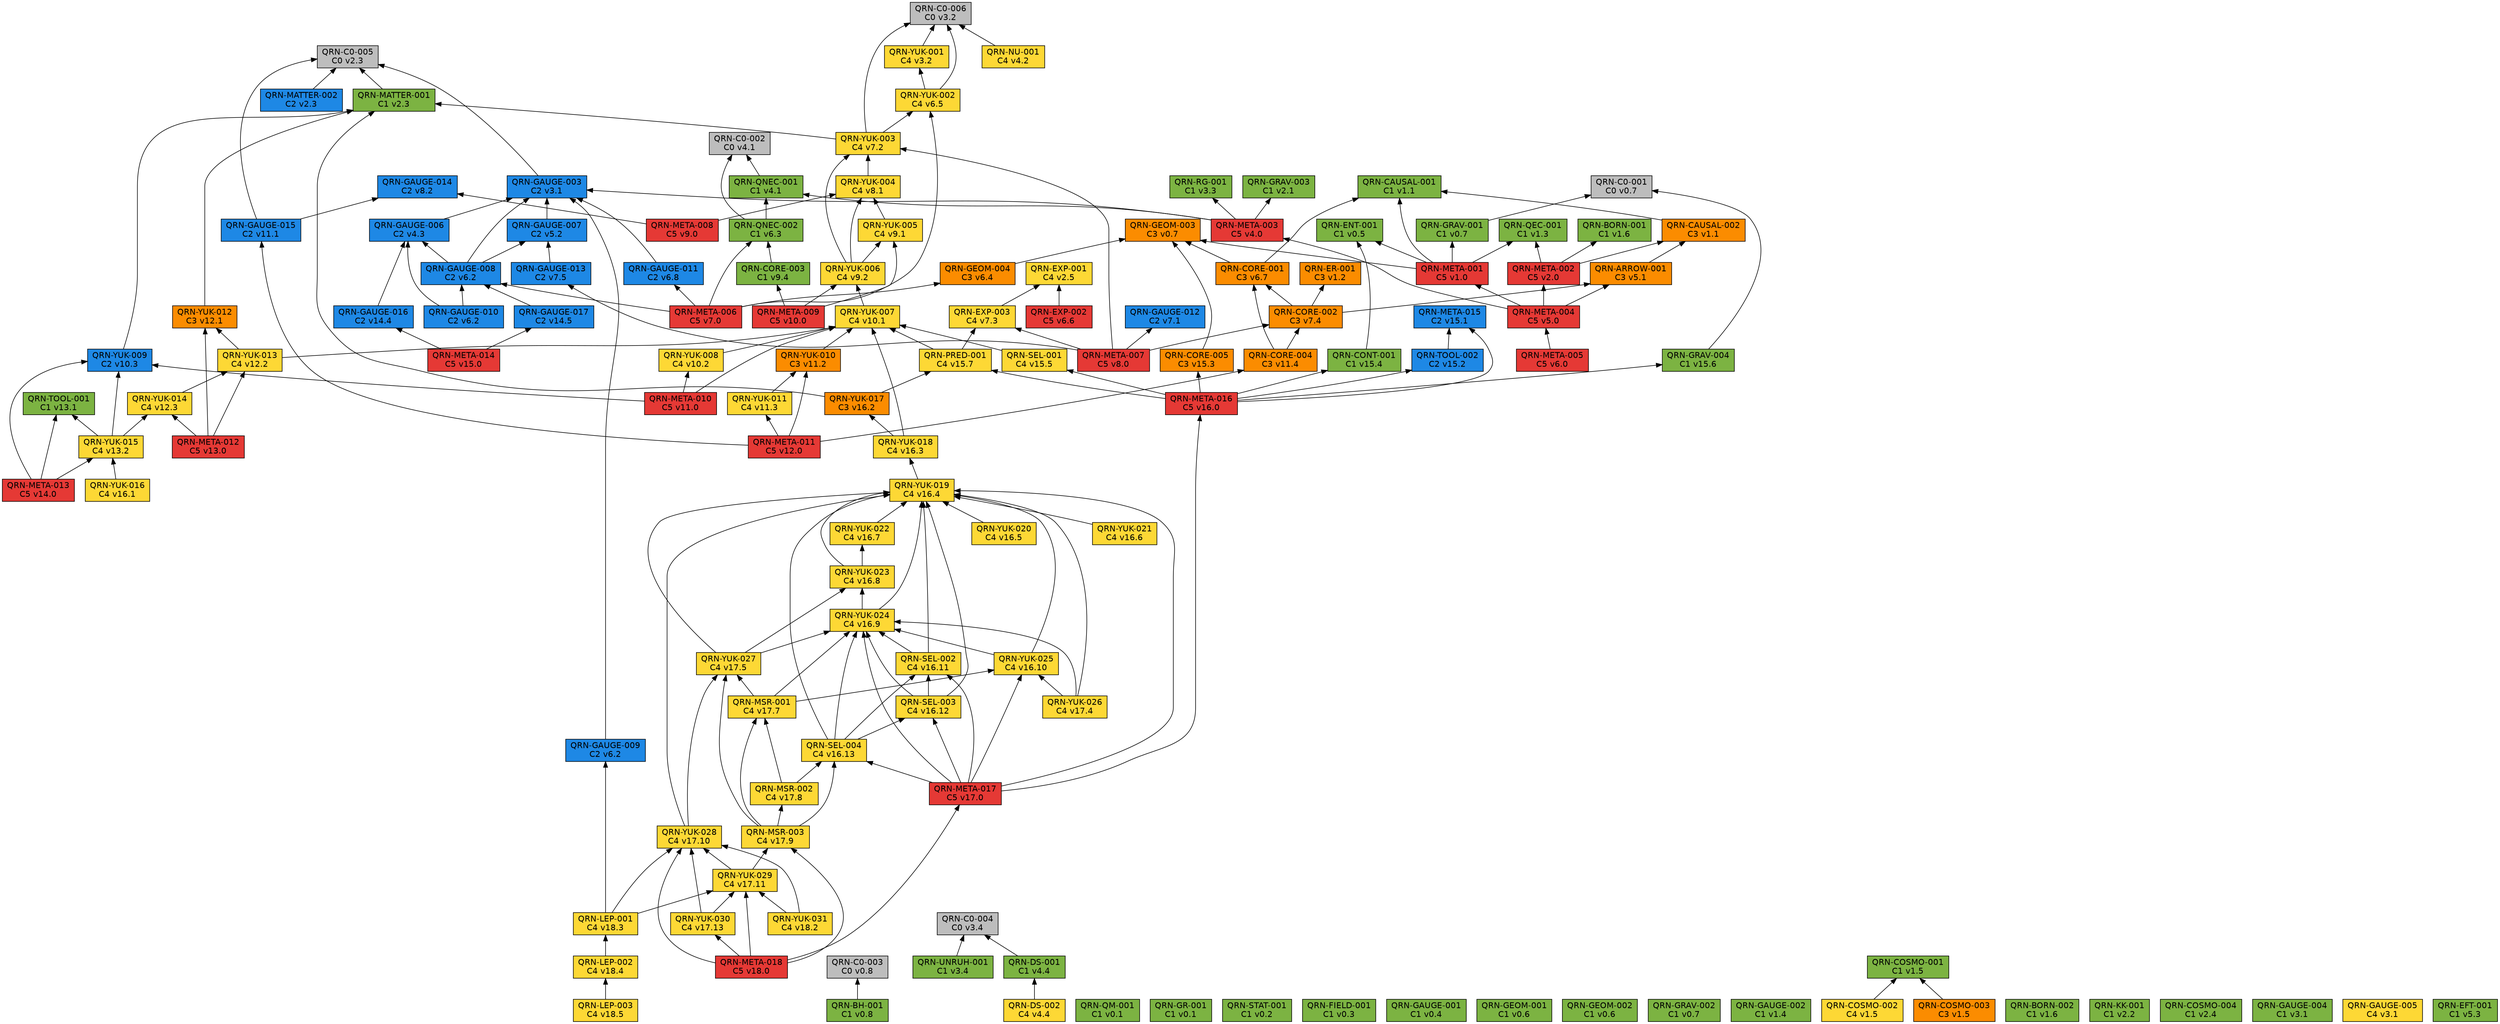
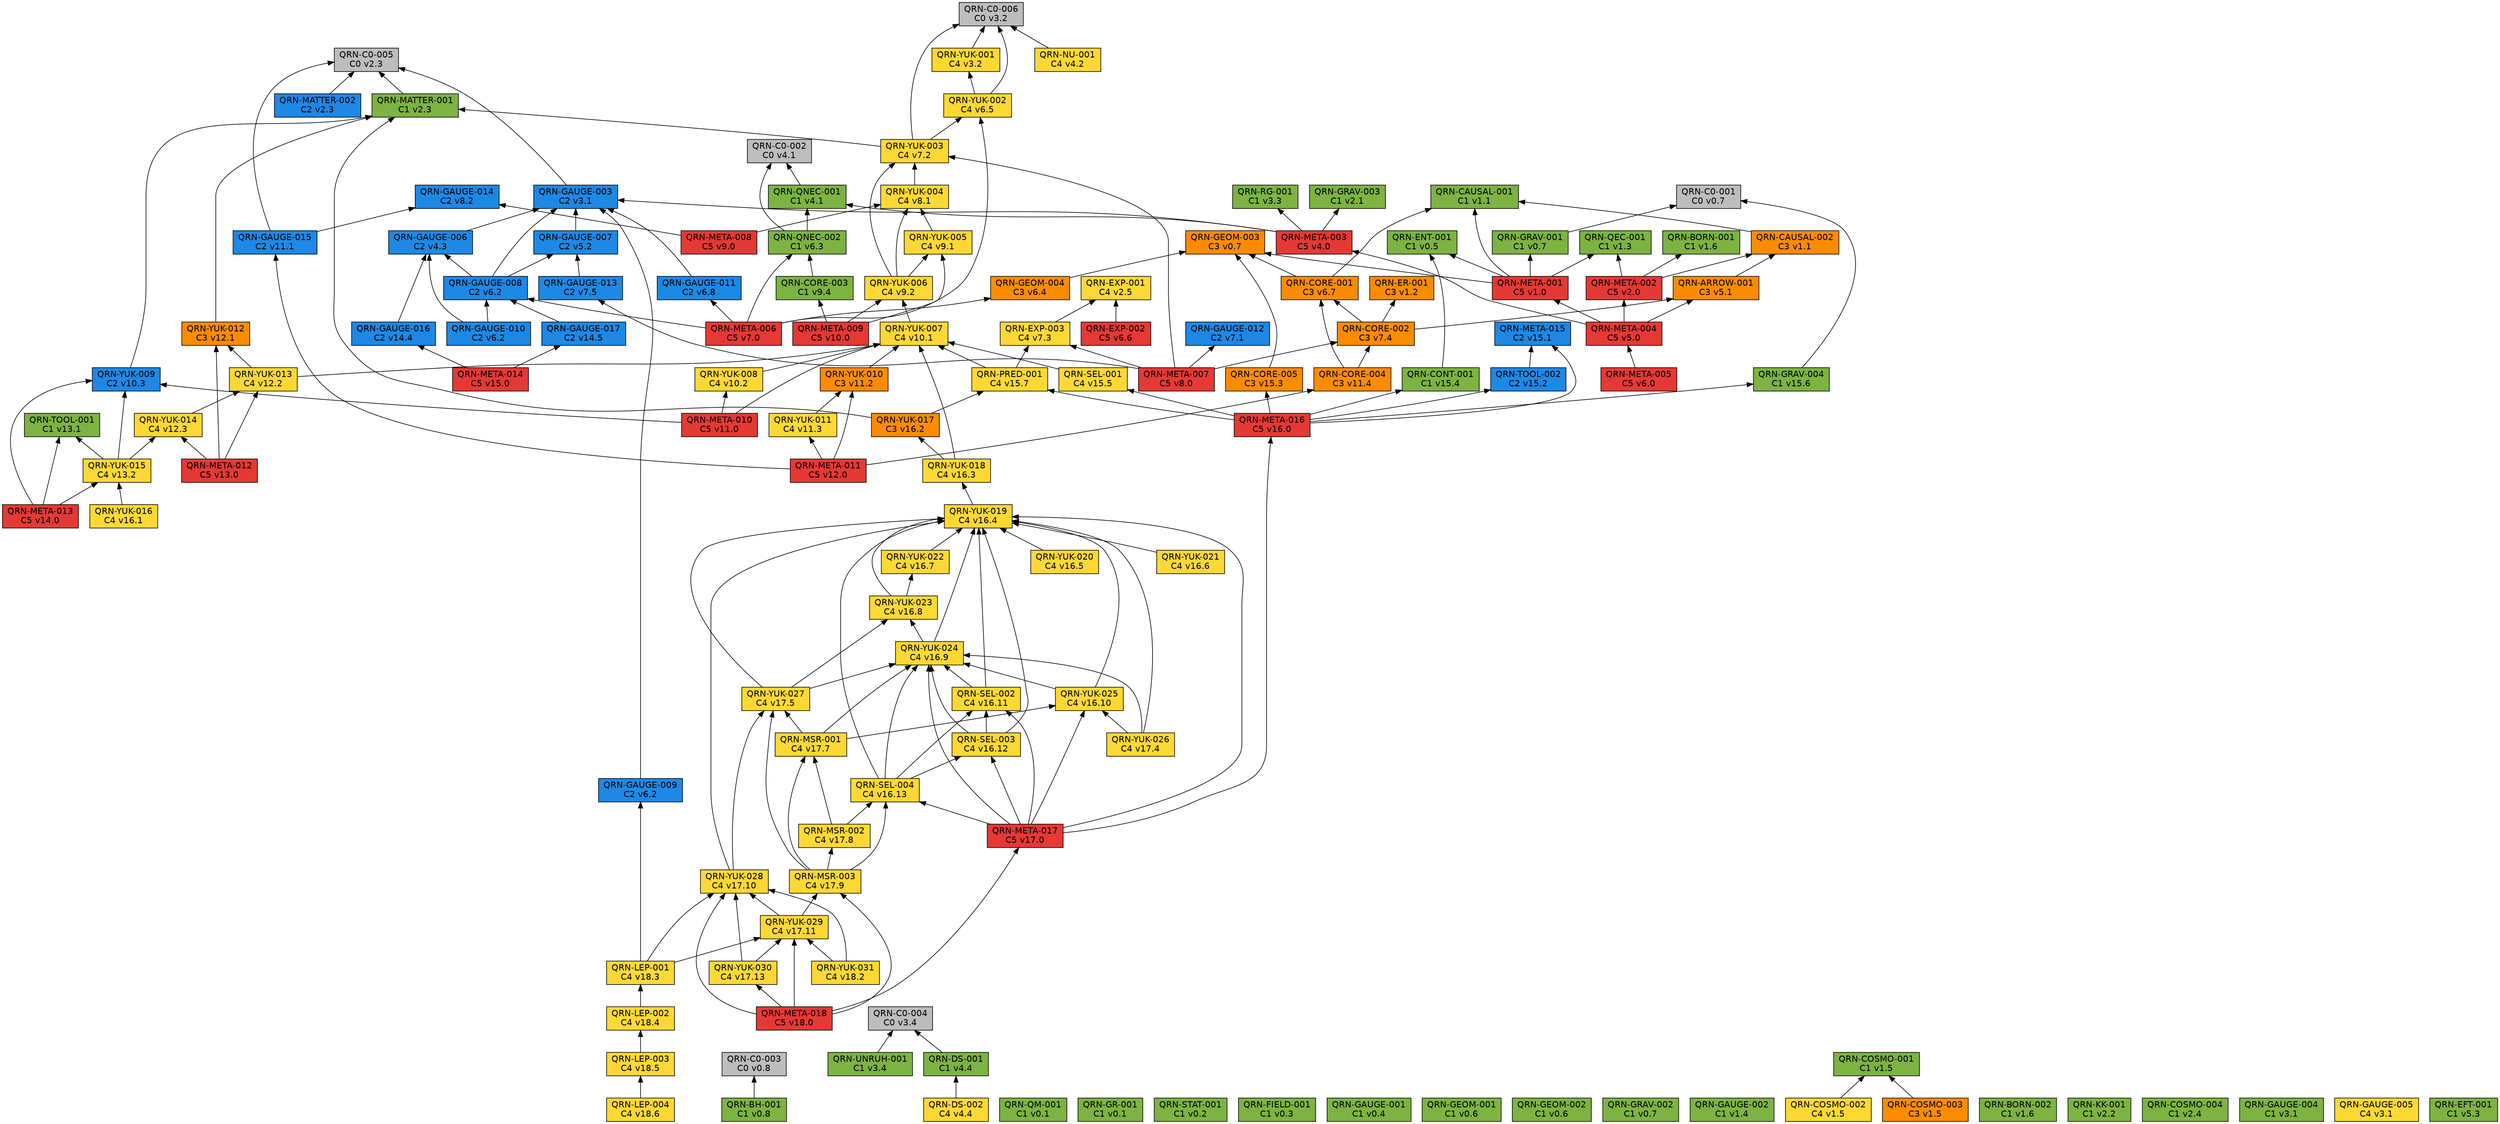
// 自動生成 (dag/report.pl) — QRN 主張依存グラフ
digraph qrn {
  rankdir=BT;
  node [shape=box, style=filled, fontname="Helvetica"];
  "QRN-C0-001" [fillcolor="#bdbdbd", label="QRN-C0-001\nC0 v0.7"];
  "QRN-C0-002" [fillcolor="#bdbdbd", label="QRN-C0-002\nC0 v4.1"];
  "QRN-C0-003" [fillcolor="#bdbdbd", label="QRN-C0-003\nC0 v0.8"];
  "QRN-C0-004" [fillcolor="#bdbdbd", label="QRN-C0-004\nC0 v3.4"];
  "QRN-C0-005" [fillcolor="#bdbdbd", label="QRN-C0-005\nC0 v2.3"];
  "QRN-C0-006" [fillcolor="#bdbdbd", label="QRN-C0-006\nC0 v3.2"];
  "QRN-QM-001" [fillcolor="#7cb342", label="QRN-QM-001\nC1 v0.1"];
  "QRN-GR-001" [fillcolor="#7cb342", label="QRN-GR-001\nC1 v0.1"];
  "QRN-STAT-001" [fillcolor="#7cb342", label="QRN-STAT-001\nC1 v0.2"];
  "QRN-FIELD-001" [fillcolor="#7cb342", label="QRN-FIELD-001\nC1 v0.3"];
  "QRN-GAUGE-001" [fillcolor="#7cb342", label="QRN-GAUGE-001\nC1 v0.4"];
  "QRN-ENT-001" [fillcolor="#7cb342", label="QRN-ENT-001\nC1 v0.5"];
  "QRN-GEOM-001" [fillcolor="#7cb342", label="QRN-GEOM-001\nC1 v0.6"];
  "QRN-GEOM-002" [fillcolor="#7cb342", label="QRN-GEOM-002\nC1 v0.6"];
  "QRN-GEOM-003" [fillcolor="#fb8c00", label="QRN-GEOM-003\nC3 v0.7"];
  "QRN-GRAV-001" [fillcolor="#7cb342", label="QRN-GRAV-001\nC1 v0.7"];
  "QRN-GRAV-002" [fillcolor="#7cb342", label="QRN-GRAV-002\nC1 v0.7"];
  "QRN-BH-001" [fillcolor="#7cb342", label="QRN-BH-001\nC1 v0.8"];
  "QRN-CAUSAL-001" [fillcolor="#7cb342", label="QRN-CAUSAL-001\nC1 v1.1"];
  "QRN-CAUSAL-002" [fillcolor="#fb8c00", label="QRN-CAUSAL-002\nC3 v1.1"];
  "QRN-ER-001" [fillcolor="#fb8c00", label="QRN-ER-001\nC3 v1.2"];
  "QRN-QEC-001" [fillcolor="#7cb342", label="QRN-QEC-001\nC1 v1.3"];
  "QRN-GAUGE-002" [fillcolor="#7cb342", label="QRN-GAUGE-002\nC1 v1.4"];
  "QRN-COSMO-001" [fillcolor="#7cb342", label="QRN-COSMO-001\nC1 v1.5"];
  "QRN-COSMO-002" [fillcolor="#fdd835", label="QRN-COSMO-002\nC4 v1.5"];
  "QRN-COSMO-003" [fillcolor="#fb8c00", label="QRN-COSMO-003\nC3 v1.5"];
  "QRN-BORN-001" [fillcolor="#7cb342", label="QRN-BORN-001\nC1 v1.6"];
  "QRN-BORN-002" [fillcolor="#7cb342", label="QRN-BORN-002\nC1 v1.6"];
  "QRN-GRAV-003" [fillcolor="#7cb342", label="QRN-GRAV-003\nC1 v2.1"];
  "QRN-KK-001" [fillcolor="#7cb342", label="QRN-KK-001\nC1 v2.2"];
  "QRN-MATTER-001" [fillcolor="#7cb342", label="QRN-MATTER-001\nC1 v2.3"];
  "QRN-MATTER-002" [fillcolor="#1e88e5", label="QRN-MATTER-002\nC2 v2.3"];
  "QRN-COSMO-004" [fillcolor="#7cb342", label="QRN-COSMO-004\nC1 v2.4"];
  "QRN-EXP-001" [fillcolor="#fdd835", label="QRN-EXP-001\nC4 v2.5"];
  "QRN-GAUGE-003" [fillcolor="#1e88e5", label="QRN-GAUGE-003\nC2 v3.1"];
  "QRN-GAUGE-004" [fillcolor="#7cb342", label="QRN-GAUGE-004\nC1 v3.1"];
  "QRN-GAUGE-005" [fillcolor="#fdd835", label="QRN-GAUGE-005\nC4 v3.1"];
  "QRN-YUK-001" [fillcolor="#fdd835", label="QRN-YUK-001\nC4 v3.2"];
  "QRN-RG-001" [fillcolor="#7cb342", label="QRN-RG-001\nC1 v3.3"];
  "QRN-UNRUH-001" [fillcolor="#7cb342", label="QRN-UNRUH-001\nC1 v3.4"];
  "QRN-QNEC-001" [fillcolor="#7cb342", label="QRN-QNEC-001\nC1 v4.1"];
  "QRN-NU-001" [fillcolor="#fdd835", label="QRN-NU-001\nC4 v4.2"];
  "QRN-GAUGE-006" [fillcolor="#1e88e5", label="QRN-GAUGE-006\nC2 v4.3"];
  "QRN-DS-001" [fillcolor="#7cb342", label="QRN-DS-001\nC1 v4.4"];
  "QRN-DS-002" [fillcolor="#fdd835", label="QRN-DS-002\nC4 v4.4"];
  "QRN-ARROW-001" [fillcolor="#fb8c00", label="QRN-ARROW-001\nC3 v5.1"];
  "QRN-GAUGE-007" [fillcolor="#1e88e5", label="QRN-GAUGE-007\nC2 v5.2"];
  "QRN-EFT-001" [fillcolor="#7cb342", label="QRN-EFT-001\nC1 v5.3"];
  "QRN-GAUGE-008" [fillcolor="#1e88e5", label="QRN-GAUGE-008\nC2 v6.2"];
  "QRN-GAUGE-009" [fillcolor="#1e88e5", label="QRN-GAUGE-009\nC2 v6.2"];
  "QRN-GAUGE-010" [fillcolor="#1e88e5", label="QRN-GAUGE-010\nC2 v6.2"];
  "QRN-QNEC-002" [fillcolor="#7cb342", label="QRN-QNEC-002\nC1 v6.3"];
  "QRN-GEOM-004" [fillcolor="#fb8c00", label="QRN-GEOM-004\nC3 v6.4"];
  "QRN-YUK-002" [fillcolor="#fdd835", label="QRN-YUK-002\nC4 v6.5"];
  "QRN-EXP-002" [fillcolor="#e53935", label="QRN-EXP-002\nC5 v6.6"];
  "QRN-CORE-001" [fillcolor="#fb8c00", label="QRN-CORE-001\nC3 v6.7"];
  "QRN-GAUGE-011" [fillcolor="#1e88e5", label="QRN-GAUGE-011\nC2 v6.8"];
  "QRN-GAUGE-012" [fillcolor="#1e88e5", label="QRN-GAUGE-012\nC2 v7.1"];
  "QRN-YUK-003" [fillcolor="#fdd835", label="QRN-YUK-003\nC4 v7.2"];
  "QRN-EXP-003" [fillcolor="#fdd835", label="QRN-EXP-003\nC4 v7.3"];
  "QRN-CORE-002" [fillcolor="#fb8c00", label="QRN-CORE-002\nC3 v7.4"];
  "QRN-GAUGE-013" [fillcolor="#1e88e5", label="QRN-GAUGE-013\nC2 v7.5"];
  "QRN-YUK-004" [fillcolor="#fdd835", label="QRN-YUK-004\nC4 v8.1"];
  "QRN-GAUGE-014" [fillcolor="#1e88e5", label="QRN-GAUGE-014\nC2 v8.2"];
  "QRN-META-001" [fillcolor="#e53935", label="QRN-META-001\nC5 v1.0"];
  "QRN-META-002" [fillcolor="#e53935", label="QRN-META-002\nC5 v2.0"];
  "QRN-META-003" [fillcolor="#e53935", label="QRN-META-003\nC5 v4.0"];
  "QRN-META-004" [fillcolor="#e53935", label="QRN-META-004\nC5 v5.0"];
  "QRN-META-005" [fillcolor="#e53935", label="QRN-META-005\nC5 v6.0"];
  "QRN-META-006" [fillcolor="#e53935", label="QRN-META-006\nC5 v7.0"];
  "QRN-META-007" [fillcolor="#e53935", label="QRN-META-007\nC5 v8.0"];
  "QRN-META-008" [fillcolor="#e53935", label="QRN-META-008\nC5 v9.0"];
  "QRN-YUK-005" [fillcolor="#fdd835", label="QRN-YUK-005\nC4 v9.1"];
  "QRN-YUK-006" [fillcolor="#fdd835", label="QRN-YUK-006\nC4 v9.2"];
  "QRN-CORE-003" [fillcolor="#7cb342", label="QRN-CORE-003\nC1 v9.4"];
  "QRN-META-009" [fillcolor="#e53935", label="QRN-META-009\nC5 v10.0"];
  "QRN-YUK-007" [fillcolor="#fdd835", label="QRN-YUK-007\nC4 v10.1"];
  "QRN-YUK-008" [fillcolor="#fdd835", label="QRN-YUK-008\nC4 v10.2"];
  "QRN-YUK-009" [fillcolor="#1e88e5", label="QRN-YUK-009\nC2 v10.3"];
  "QRN-META-010" [fillcolor="#e53935", label="QRN-META-010\nC5 v11.0"];
  "QRN-GAUGE-015" [fillcolor="#1e88e5", label="QRN-GAUGE-015\nC2 v11.1"];
  "QRN-YUK-010" [fillcolor="#fb8c00", label="QRN-YUK-010\nC3 v11.2"];
  "QRN-YUK-011" [fillcolor="#fdd835", label="QRN-YUK-011\nC4 v11.3"];
  "QRN-CORE-004" [fillcolor="#fb8c00", label="QRN-CORE-004\nC3 v11.4"];
  "QRN-META-011" [fillcolor="#e53935", label="QRN-META-011\nC5 v12.0"];
  "QRN-YUK-012" [fillcolor="#fb8c00", label="QRN-YUK-012\nC3 v12.1"];
  "QRN-YUK-013" [fillcolor="#fdd835", label="QRN-YUK-013\nC4 v12.2"];
  "QRN-YUK-014" [fillcolor="#fdd835", label="QRN-YUK-014\nC4 v12.3"];
  "QRN-META-012" [fillcolor="#e53935", label="QRN-META-012\nC5 v13.0"];
  "QRN-TOOL-001" [fillcolor="#7cb342", label="QRN-TOOL-001\nC1 v13.1"];
  "QRN-YUK-015" [fillcolor="#fdd835", label="QRN-YUK-015\nC4 v13.2"];
  "QRN-META-013" [fillcolor="#e53935", label="QRN-META-013\nC5 v14.0"];
  "QRN-GAUGE-016" [fillcolor="#1e88e5", label="QRN-GAUGE-016\nC2 v14.4"];
  "QRN-GAUGE-017" [fillcolor="#1e88e5", label="QRN-GAUGE-017\nC2 v14.5"];
  "QRN-META-014" [fillcolor="#e53935", label="QRN-META-014\nC5 v15.0"];
  "QRN-META-015" [fillcolor="#1e88e5", label="QRN-META-015\nC2 v15.1"];
  "QRN-TOOL-002" [fillcolor="#1e88e5", label="QRN-TOOL-002\nC2 v15.2"];
  "QRN-CORE-005" [fillcolor="#fb8c00", label="QRN-CORE-005\nC3 v15.3"];
  "QRN-CONT-001" [fillcolor="#7cb342", label="QRN-CONT-001\nC1 v15.4"];
  "QRN-SEL-001" [fillcolor="#fdd835", label="QRN-SEL-001\nC4 v15.5"];
  "QRN-GRAV-004" [fillcolor="#7cb342", label="QRN-GRAV-004\nC1 v15.6"];
  "QRN-PRED-001" [fillcolor="#fdd835", label="QRN-PRED-001\nC4 v15.7"];
  "QRN-META-016" [fillcolor="#e53935", label="QRN-META-016\nC5 v16.0"];
  "QRN-YUK-016" [fillcolor="#fdd835", label="QRN-YUK-016\nC4 v16.1"];
  "QRN-YUK-017" [fillcolor="#fb8c00", label="QRN-YUK-017\nC3 v16.2"];
  "QRN-YUK-018" [fillcolor="#fdd835", label="QRN-YUK-018\nC4 v16.3"];
  "QRN-YUK-019" [fillcolor="#fdd835", label="QRN-YUK-019\nC4 v16.4"];
  "QRN-YUK-020" [fillcolor="#fdd835", label="QRN-YUK-020\nC4 v16.5"];
  "QRN-YUK-021" [fillcolor="#fdd835", label="QRN-YUK-021\nC4 v16.6"];
  "QRN-YUK-022" [fillcolor="#fdd835", label="QRN-YUK-022\nC4 v16.7"];
  "QRN-YUK-023" [fillcolor="#fdd835", label="QRN-YUK-023\nC4 v16.8"];
  "QRN-YUK-024" [fillcolor="#fdd835", label="QRN-YUK-024\nC4 v16.9"];
  "QRN-YUK-025" [fillcolor="#fdd835", label="QRN-YUK-025\nC4 v16.10"];
  "QRN-SEL-002" [fillcolor="#fdd835", label="QRN-SEL-002\nC4 v16.11"];
  "QRN-SEL-003" [fillcolor="#fdd835", label="QRN-SEL-003\nC4 v16.12"];
  "QRN-SEL-004" [fillcolor="#fdd835", label="QRN-SEL-004\nC4 v16.13"];
  "QRN-META-017" [fillcolor="#e53935", label="QRN-META-017\nC5 v17.0"];
  "QRN-YUK-026" [fillcolor="#fdd835", label="QRN-YUK-026\nC4 v17.4"];
  "QRN-YUK-027" [fillcolor="#fdd835", label="QRN-YUK-027\nC4 v17.5"];
  "QRN-MSR-001" [fillcolor="#fdd835", label="QRN-MSR-001\nC4 v17.7"];
  "QRN-MSR-002" [fillcolor="#fdd835", label="QRN-MSR-002\nC4 v17.8"];
  "QRN-MSR-003" [fillcolor="#fdd835", label="QRN-MSR-003\nC4 v17.9"];
  "QRN-YUK-028" [fillcolor="#fdd835", label="QRN-YUK-028\nC4 v17.10"];
  "QRN-YUK-029" [fillcolor="#fdd835", label="QRN-YUK-029\nC4 v17.11"];
  "QRN-YUK-030" [fillcolor="#fdd835", label="QRN-YUK-030\nC4 v17.13"];
  "QRN-META-018" [fillcolor="#e53935", label="QRN-META-018\nC5 v18.0"];
  "QRN-YUK-031" [fillcolor="#fdd835", label="QRN-YUK-031\nC4 v18.2"];
  "QRN-LEP-001" [fillcolor="#fdd835", label="QRN-LEP-001\nC4 v18.3"];
  "QRN-LEP-002" [fillcolor="#fdd835", label="QRN-LEP-002\nC4 v18.4"];
  "QRN-LEP-003" [fillcolor="#fdd835", label="QRN-LEP-003\nC4 v18.5"];
+   "QRN-LEP-004" [fillcolor="#fdd835", label="QRN-LEP-004\nC4 v18.6"];
  "QRN-GRAV-001" -> "QRN-C0-001";
  "QRN-BH-001" -> "QRN-C0-003";
  "QRN-CAUSAL-002" -> "QRN-CAUSAL-001";
  "QRN-COSMO-002" -> "QRN-COSMO-001";
  "QRN-COSMO-003" -> "QRN-COSMO-001";
  "QRN-MATTER-001" -> "QRN-C0-005";
  "QRN-MATTER-002" -> "QRN-C0-005";
  "QRN-GAUGE-003" -> "QRN-C0-005";
  "QRN-YUK-001" -> "QRN-C0-006";
  "QRN-UNRUH-001" -> "QRN-C0-004";
  "QRN-QNEC-001" -> "QRN-C0-002";
  "QRN-NU-001" -> "QRN-C0-006";
  "QRN-GAUGE-006" -> "QRN-GAUGE-003";
  "QRN-DS-001" -> "QRN-C0-004";
  "QRN-DS-002" -> "QRN-DS-001";
  "QRN-ARROW-001" -> "QRN-CAUSAL-002";
  "QRN-GAUGE-007" -> "QRN-GAUGE-003";
  "QRN-GAUGE-008" -> "QRN-GAUGE-003";
  "QRN-GAUGE-008" -> "QRN-GAUGE-006";
  "QRN-GAUGE-008" -> "QRN-GAUGE-007";
  "QRN-GAUGE-009" -> "QRN-GAUGE-003";
  "QRN-GAUGE-010" -> "QRN-GAUGE-006";
  "QRN-GAUGE-010" -> "QRN-GAUGE-008";
  "QRN-QNEC-002" -> "QRN-C0-002";
  "QRN-QNEC-002" -> "QRN-QNEC-001";
  "QRN-GEOM-004" -> "QRN-GEOM-003";
  "QRN-YUK-002" -> "QRN-C0-006";
  "QRN-YUK-002" -> "QRN-YUK-001";
  "QRN-EXP-002" -> "QRN-EXP-001";
  "QRN-CORE-001" -> "QRN-GEOM-003";
  "QRN-CORE-001" -> "QRN-CAUSAL-001";
  "QRN-GAUGE-011" -> "QRN-GAUGE-003";
  "QRN-YUK-003" -> "QRN-C0-006";
  "QRN-YUK-003" -> "QRN-MATTER-001";
  "QRN-YUK-003" -> "QRN-YUK-002";
  "QRN-EXP-003" -> "QRN-EXP-001";
  "QRN-CORE-002" -> "QRN-CORE-001";
  "QRN-CORE-002" -> "QRN-ER-001";
  "QRN-CORE-002" -> "QRN-ARROW-001";
  "QRN-GAUGE-013" -> "QRN-GAUGE-007";
  "QRN-YUK-004" -> "QRN-YUK-003";
  "QRN-META-001" -> "QRN-GEOM-003";
  "QRN-META-001" -> "QRN-GRAV-001";
  "QRN-META-001" -> "QRN-CAUSAL-001";
  "QRN-META-001" -> "QRN-QEC-001";
  "QRN-META-001" -> "QRN-ENT-001";
  "QRN-META-002" -> "QRN-QEC-001";
  "QRN-META-002" -> "QRN-BORN-001";
  "QRN-META-002" -> "QRN-CAUSAL-002";
  "QRN-META-003" -> "QRN-GAUGE-003";
  "QRN-META-003" -> "QRN-RG-001";
  "QRN-META-003" -> "QRN-QNEC-001";
  "QRN-META-003" -> "QRN-GRAV-003";
  "QRN-META-004" -> "QRN-META-001";
  "QRN-META-004" -> "QRN-META-002";
  "QRN-META-004" -> "QRN-META-003";
  "QRN-META-004" -> "QRN-ARROW-001";
  "QRN-META-005" -> "QRN-META-004";
  "QRN-META-006" -> "QRN-GAUGE-008";
  "QRN-META-006" -> "QRN-QNEC-002";
  "QRN-META-006" -> "QRN-GEOM-004";
  "QRN-META-006" -> "QRN-YUK-002";
  "QRN-META-006" -> "QRN-GAUGE-011";
  "QRN-META-007" -> "QRN-GAUGE-012";
  "QRN-META-007" -> "QRN-YUK-003";
  "QRN-META-007" -> "QRN-EXP-003";
  "QRN-META-007" -> "QRN-CORE-002";
  "QRN-META-007" -> "QRN-GAUGE-013";
  "QRN-META-008" -> "QRN-YUK-004";
  "QRN-META-008" -> "QRN-GAUGE-014";
  "QRN-YUK-005" -> "QRN-YUK-004";
  "QRN-YUK-006" -> "QRN-YUK-003";
  "QRN-YUK-006" -> "QRN-YUK-004";
  "QRN-YUK-006" -> "QRN-YUK-005";
  "QRN-CORE-003" -> "QRN-QNEC-002";
  "QRN-META-009" -> "QRN-YUK-005";
  "QRN-META-009" -> "QRN-YUK-006";
  "QRN-META-009" -> "QRN-CORE-003";
  "QRN-YUK-007" -> "QRN-YUK-006";
  "QRN-YUK-008" -> "QRN-YUK-007";
  "QRN-YUK-009" -> "QRN-MATTER-001";
  "QRN-META-010" -> "QRN-YUK-007";
  "QRN-META-010" -> "QRN-YUK-008";
  "QRN-META-010" -> "QRN-YUK-009";
  "QRN-GAUGE-015" -> "QRN-C0-005";
  "QRN-GAUGE-015" -> "QRN-GAUGE-014";
  "QRN-YUK-010" -> "QRN-YUK-007";
  "QRN-YUK-011" -> "QRN-YUK-010";
  "QRN-CORE-004" -> "QRN-CORE-001";
  "QRN-CORE-004" -> "QRN-CORE-002";
  "QRN-META-011" -> "QRN-GAUGE-015";
  "QRN-META-011" -> "QRN-YUK-010";
  "QRN-META-011" -> "QRN-YUK-011";
  "QRN-META-011" -> "QRN-CORE-004";
  "QRN-YUK-012" -> "QRN-MATTER-001";
  "QRN-YUK-013" -> "QRN-YUK-012";
  "QRN-YUK-013" -> "QRN-YUK-007";
  "QRN-YUK-014" -> "QRN-YUK-013";
  "QRN-META-012" -> "QRN-YUK-012";
  "QRN-META-012" -> "QRN-YUK-013";
  "QRN-META-012" -> "QRN-YUK-014";
  "QRN-YUK-015" -> "QRN-YUK-014";
  "QRN-YUK-015" -> "QRN-TOOL-001";
  "QRN-YUK-015" -> "QRN-YUK-009";
  "QRN-META-013" -> "QRN-YUK-015";
  "QRN-META-013" -> "QRN-TOOL-001";
  "QRN-META-013" -> "QRN-YUK-009";
  "QRN-GAUGE-016" -> "QRN-GAUGE-006";
  "QRN-GAUGE-017" -> "QRN-GAUGE-008";
  "QRN-META-014" -> "QRN-GAUGE-016";
  "QRN-META-014" -> "QRN-GAUGE-017";
  "QRN-TOOL-002" -> "QRN-META-015";
  "QRN-CORE-005" -> "QRN-GEOM-003";
  "QRN-CONT-001" -> "QRN-ENT-001";
  "QRN-SEL-001" -> "QRN-YUK-007";
  "QRN-GRAV-004" -> "QRN-C0-001";
  "QRN-PRED-001" -> "QRN-YUK-007";
  "QRN-PRED-001" -> "QRN-EXP-003";
  "QRN-META-016" -> "QRN-META-015";
  "QRN-META-016" -> "QRN-TOOL-002";
  "QRN-META-016" -> "QRN-CORE-005";
  "QRN-META-016" -> "QRN-CONT-001";
  "QRN-META-016" -> "QRN-SEL-001";
  "QRN-META-016" -> "QRN-GRAV-004";
  "QRN-META-016" -> "QRN-PRED-001";
  "QRN-YUK-016" -> "QRN-YUK-015";
  "QRN-YUK-017" -> "QRN-MATTER-001";
  "QRN-YUK-017" -> "QRN-PRED-001";
  "QRN-YUK-018" -> "QRN-YUK-017";
  "QRN-YUK-018" -> "QRN-YUK-007";
  "QRN-YUK-019" -> "QRN-YUK-018";
  "QRN-YUK-020" -> "QRN-YUK-019";
  "QRN-YUK-021" -> "QRN-YUK-019";
  "QRN-YUK-022" -> "QRN-YUK-019";
  "QRN-YUK-023" -> "QRN-YUK-019";
  "QRN-YUK-023" -> "QRN-YUK-022";
  "QRN-YUK-024" -> "QRN-YUK-019";
  "QRN-YUK-024" -> "QRN-YUK-023";
  "QRN-YUK-025" -> "QRN-YUK-019";
  "QRN-YUK-025" -> "QRN-YUK-024";
  "QRN-SEL-002" -> "QRN-YUK-019";
  "QRN-SEL-002" -> "QRN-YUK-024";
  "QRN-SEL-003" -> "QRN-YUK-019";
  "QRN-SEL-003" -> "QRN-YUK-024";
  "QRN-SEL-003" -> "QRN-SEL-002";
  "QRN-SEL-004" -> "QRN-YUK-019";
  "QRN-SEL-004" -> "QRN-YUK-024";
  "QRN-SEL-004" -> "QRN-SEL-002";
  "QRN-SEL-004" -> "QRN-SEL-003";
  "QRN-META-017" -> "QRN-META-016";
  "QRN-META-017" -> "QRN-YUK-019";
  "QRN-META-017" -> "QRN-YUK-024";
  "QRN-META-017" -> "QRN-YUK-025";
  "QRN-META-017" -> "QRN-SEL-002";
  "QRN-META-017" -> "QRN-SEL-003";
  "QRN-META-017" -> "QRN-SEL-004";
  "QRN-YUK-026" -> "QRN-YUK-019";
  "QRN-YUK-026" -> "QRN-YUK-024";
  "QRN-YUK-026" -> "QRN-YUK-025";
  "QRN-YUK-027" -> "QRN-YUK-019";
  "QRN-YUK-027" -> "QRN-YUK-023";
  "QRN-YUK-027" -> "QRN-YUK-024";
  "QRN-MSR-001" -> "QRN-YUK-024";
  "QRN-MSR-001" -> "QRN-YUK-025";
  "QRN-MSR-001" -> "QRN-YUK-027";
  "QRN-MSR-002" -> "QRN-SEL-004";
  "QRN-MSR-002" -> "QRN-MSR-001";
  "QRN-MSR-003" -> "QRN-MSR-001";
  "QRN-MSR-003" -> "QRN-MSR-002";
  "QRN-MSR-003" -> "QRN-SEL-004";
  "QRN-MSR-003" -> "QRN-YUK-027";
  "QRN-YUK-028" -> "QRN-YUK-019";
  "QRN-YUK-028" -> "QRN-YUK-027";
  "QRN-YUK-029" -> "QRN-YUK-028";
  "QRN-YUK-029" -> "QRN-MSR-003";
  "QRN-YUK-030" -> "QRN-YUK-028";
  "QRN-YUK-030" -> "QRN-YUK-029";
  "QRN-META-018" -> "QRN-META-017";
  "QRN-META-018" -> "QRN-MSR-003";
  "QRN-META-018" -> "QRN-YUK-028";
  "QRN-META-018" -> "QRN-YUK-029";
  "QRN-META-018" -> "QRN-YUK-030";
  "QRN-YUK-031" -> "QRN-YUK-028";
  "QRN-YUK-031" -> "QRN-YUK-029";
  "QRN-LEP-001" -> "QRN-YUK-028";
  "QRN-LEP-001" -> "QRN-YUK-029";
  "QRN-LEP-001" -> "QRN-GAUGE-009";
  "QRN-LEP-002" -> "QRN-LEP-001";
  "QRN-LEP-003" -> "QRN-LEP-002";
+   "QRN-LEP-004" -> "QRN-LEP-003";
}
